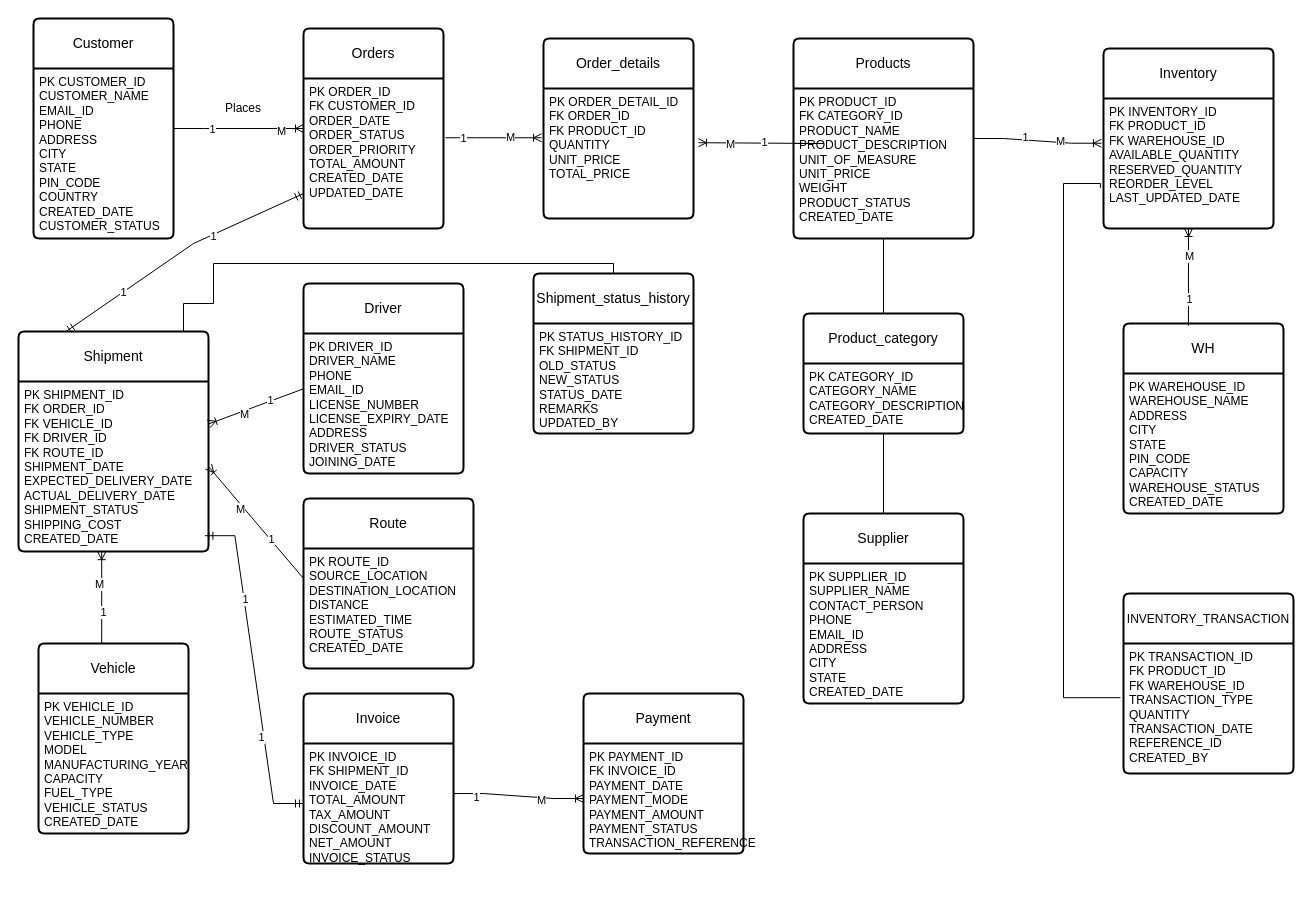
Earlier version of the draw.io diagram doc/ER_Diagram.drawio (SubriniKB/Oracle-SQL-and-PL-SQL-based-Logistics-and-Supply-Chain-Management-System). Source tidied: cells renumbered, new cells numbered last; positions are measured from the earlier drawing's top-left corner, leaving out a move shared by most shapes. Both pictures are drawn from the tidied source at 100%, with x=0, y=0 at pixel (18, 18).
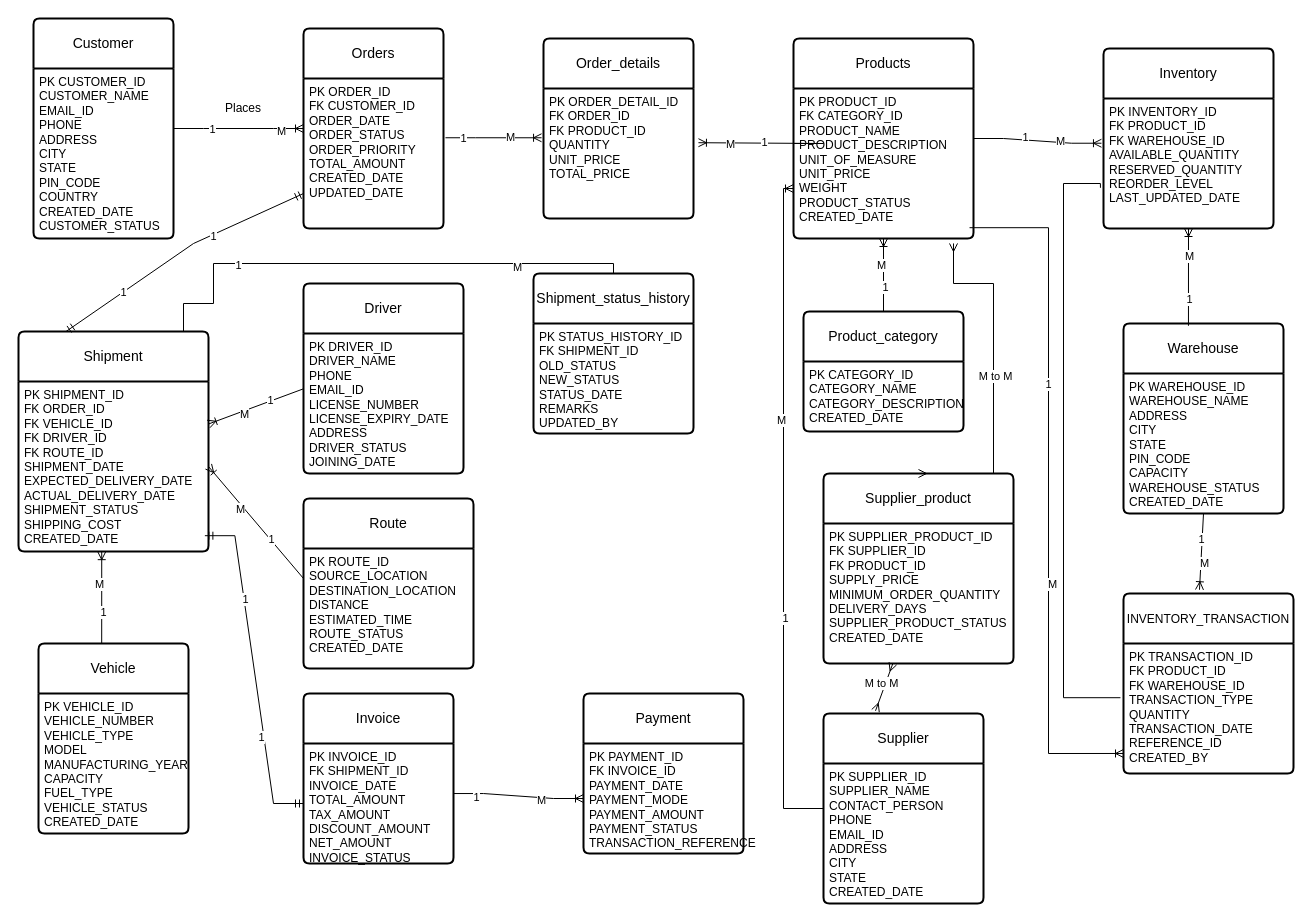
The same diagram, later.

The change refers to these unchanged cells:
```xml
<mxCell id="12" value="Products" style="swimlane;horizontal=1;startSize=50;rounded=1;fontSize=14;fontStyle=0;strokeWidth=2;shadow=0;dashed=0;align=center;arcSize=4;whiteSpace=wrap;html=1;" parent="1" vertex="1">
  <mxGeometry x="775" y="20" width="180" height="200" as="geometry" />
</mxCell>
<mxCell id="13" value="PK PRODUCT_ID&lt;br/&gt;FK CATEGORY_ID&lt;br/&gt;PRODUCT_NAME&lt;br/&gt;PRODUCT_DESCRIPTION&lt;br/&gt;UNIT_OF_MEASURE&lt;br/&gt;UNIT_PRICE&lt;br/&gt;WEIGHT&lt;br/&gt;PRODUCT_STATUS&lt;br/&gt;CREATED_DATE" style="align=left;strokeColor=none;fillColor=none;spacingLeft=4;spacingRight=4;fontSize=12;verticalAlign=top;html=1;whiteSpace=wrap;" parent="12" vertex="1">
  <mxGeometry y="50" width="180" height="150" as="geometry" />
</mxCell>
<mxCell id="15" value="PK CATEGORY_ID&lt;br/&gt;CATEGORY_NAME&lt;br/&gt;CATEGORY_DESCRIPTION&lt;br/&gt;CREATED_DATE" style="align=left;strokeColor=none;fillColor=none;spacingLeft=4;spacingRight=4;fontSize=12;verticalAlign=top;html=1;whiteSpace=wrap;" parent="14" vertex="1">
  <mxGeometry y="50" width="160" height="70" as="geometry" />
</mxCell>
<mxCell id="17" value="PK WAREHOUSE_ID&lt;br/&gt;WAREHOUSE_NAME&lt;br/&gt;ADDRESS&lt;br/&gt;CITY&lt;br/&gt;STATE&lt;br/&gt;PIN_CODE&lt;br/&gt;CAPACITY&lt;br/&gt;WAREHOUSE_STATUS&lt;br/&gt;CREATED_DATE" style="align=left;strokeColor=none;fillColor=none;spacingLeft=4;spacingRight=4;fontSize=12;verticalAlign=top;html=1;whiteSpace=wrap;" parent="16" vertex="1">
  <mxGeometry y="50" width="160" height="140" as="geometry" />
</mxCell>
<mxCell id="32" value="&lt;span style=&quot;font-size: 12px; text-align: left;&quot;&gt;INVENTORY_TRANSACTION&lt;/span&gt;" style="swimlane;horizontal=1;startSize=50;rounded=1;fontSize=14;fontStyle=0;strokeWidth=2;shadow=0;dashed=0;align=center;arcSize=4;whiteSpace=wrap;html=1;" parent="1" vertex="1">
  <mxGeometry x="1105" y="575" width="170" height="180" as="geometry" />
</mxCell>
<mxCell id="33" value="&lt;div&gt;&lt;span style=&quot;background-color: transparent; color: light-dark(rgb(0, 0, 0), rgb(255, 255, 255));&quot;&gt;PK TRANSACTION_ID&lt;/span&gt;&lt;/div&gt;&lt;div&gt;FK PRODUCT_ID&lt;/div&gt;&lt;div&gt;FK WAREHOUSE_ID&lt;/div&gt;&lt;div&gt;TRANSACTION_TYPE&lt;/div&gt;&lt;div&gt;QUANTITY&lt;/div&gt;&lt;div&gt;TRANSACTION_DATE&lt;/div&gt;&lt;div&gt;REFERENCE_ID&lt;/div&gt;&lt;div&gt;CREATED_BY&lt;/div&gt;" style="align=left;strokeColor=none;fillColor=none;spacingLeft=4;spacingRight=4;fontSize=12;verticalAlign=top;html=1;whiteSpace=wrap;" parent="32" vertex="1">
  <mxGeometry y="50" width="170" height="130" as="geometry" />
</mxCell>
<mxCell id="68" style="endArrow=none;html=1;rounded=0;edgeStyle=orthogonalEdgeStyle;entryX=0.5;entryY=0;entryDx=0;entryDy=0;" parent="1" edge="1" source="34" target="36">
  <mxGeometry relative="1" as="geometry">
    <Array as="points">
      <mxPoint x="165" y="285" />
      <mxPoint x="195" y="285" />
      <mxPoint x="195" y="245" />
      <mxPoint x="595" y="245" />
    </Array>
  </mxGeometry>
</mxCell>
```

Diff of the diagram source:
```diff
@@
     <mxCell id="14" value="Product_category" style="swimlane;horizontal=1;startSize=50;rounded=1;fontSize=14;fontStyle=0;strokeWidth=2;shadow=0;dashed=0;align=center;arcSize=4;whiteSpace=wrap;html=1;" parent="1" vertex="1">
-      <mxGeometry x="785" y="295" width="160" height="120" as="geometry" />
+      <mxGeometry x="785" y="293" width="160" height="120" as="geometry" />
     </mxCell>
@@
-    <mxCell id="16" value="WH" style="swimlane;horizontal=1;startSize=50;rounded=1;fontSize=14;fontStyle=0;strokeWidth=2;shadow=0;dashed=0;align=center;arcSize=4;whiteSpace=wrap;html=1;" parent="1" vertex="1">
+    <mxCell id="16" value="Warehouse" style="swimlane;horizontal=1;startSize=50;rounded=1;fontSize=14;fontStyle=0;strokeWidth=2;shadow=0;dashed=0;align=center;arcSize=4;whiteSpace=wrap;html=1;" parent="1" vertex="1">
       <mxGeometry x="1105" y="305" width="160" height="190" as="geometry" />
     </mxCell>
@@
     <mxCell id="48" value="Supplier" style="swimlane;horizontal=1;startSize=50;rounded=1;fontSize=14;fontStyle=0;strokeWidth=2;shadow=0;dashed=0;align=center;arcSize=4;whiteSpace=wrap;html=1;" parent="1" vertex="1">
-      <mxGeometry x="785" y="495" width="160" height="190" as="geometry" />
+      <mxGeometry x="805" y="695" width="160" height="190" as="geometry" />
     </mxCell>
@@
+    <mxCell id="72" value="1" style="edgeLabel;html=1;align=center;verticalAlign=middle;" parent="68" vertex="1">
+      <mxGeometry x="-0.52" y="-1" relative="1" as="geometry" />
+    </mxCell>
+    <mxCell id="73" value="M" style="edgeLabel;html=1;align=center;verticalAlign=middle;" parent="68" vertex="1">
+      <mxGeometry x="0.58" y="-3" relative="1" as="geometry" />
+    </mxCell>
@@
-    <mxCell id="70" style="endArrow=none;html=1;rounded=0;entryX=0.5;entryY=1;entryDx=0;entryDy=0;" parent="1" edge="1" source="14" target="13">
-      <mxGeometry relative="1" as="geometry" />
-    </mxCell>
-    <mxCell id="71" style="endArrow=none;html=1;rounded=0;entryX=0.5;entryY=1;entryDx=0;entryDy=0;exitX=0.5;exitY=0;exitDx=0;exitDy=0;" parent="1" edge="1" source="48" target="15">
-      <mxGeometry relative="1" as="geometry" />
-    </mxCell>
+    <mxCell id="74" style="fontSize=12;html=1;endArrow=ERoneToMany;rounded=0;entryX=0.5;entryY=1;entryDx=0;entryDy=0;exitX=0.5;exitY=0;exitDx=0;exitDy=0;" parent="1" edge="1" source="14" target="12">
+      <mxGeometry relative="1" as="geometry" />
+    </mxCell>
+    <mxCell id="75" value="1" style="edgeLabel;html=1;align=center;verticalAlign=middle;" parent="74" vertex="1">
+      <mxGeometry x="-0.31" y="-1" relative="1" as="geometry" />
+    </mxCell>
+    <mxCell id="76" value="M" style="edgeLabel;html=1;align=center;verticalAlign=middle;" parent="74" vertex="1">
+      <mxGeometry x="0.28" y="3" relative="1" as="geometry" />
+    </mxCell>
+    <mxCell id="77" style="fontSize=12;html=1;endArrow=ERoneToMany;rounded=0;entryX=0;entryY=0.75;entryDx=0;entryDy=0;exitX=0;exitY=0.5;exitDx=0;exitDy=0;edgeStyle=orthogonalEdgeStyle;" parent="1" edge="1" source="48" target="12">
+      <mxGeometry relative="1" as="geometry" />
+    </mxCell>
+    <mxCell id="78" value="1" style="edgeLabel;html=1;align=center;verticalAlign=middle;" parent="77" vertex="1">
+      <mxGeometry x="-0.31" y="-1" relative="1" as="geometry" />
+    </mxCell>
+    <mxCell id="79" value="M" style="edgeLabel;html=1;align=center;verticalAlign=middle;" parent="77" vertex="1">
+      <mxGeometry x="0.28" y="3" relative="1" as="geometry" />
+    </mxCell>
+    <mxCell id="80" style="fontSize=12;html=1;endArrow=ERoneToMany;rounded=0;entryX=0;entryY=0.846;entryDx=0;entryDy=0;entryPerimeter=0;exitX=0.978;exitY=0.928;exitDx=0;exitDy=0;exitPerimeter=0;edgeStyle=orthogonalEdgeStyle;" parent="1" edge="1" source="13" target="33">
+      <mxGeometry relative="1" as="geometry" />
+    </mxCell>
+    <mxCell id="81" value="1" style="edgeLabel;html=1;align=center;verticalAlign=middle;" parent="80" vertex="1">
+      <mxGeometry x="-0.31" y="-1" relative="1" as="geometry" />
+    </mxCell>
+    <mxCell id="82" value="M" style="edgeLabel;html=1;align=center;verticalAlign=middle;" parent="80" vertex="1">
+      <mxGeometry x="0.28" y="3" relative="1" as="geometry" />
+    </mxCell>
+    <mxCell id="83" style="fontSize=12;html=1;endArrow=ERoneToMany;rounded=0;entryX=0.447;entryY=-0.021;entryDx=0;entryDy=0;entryPerimeter=0;exitX=0.5;exitY=1;exitDx=0;exitDy=0;" parent="1" edge="1" source="17" target="32">
+      <mxGeometry relative="1" as="geometry" />
+    </mxCell>
+    <mxCell id="84" value="1" style="edgeLabel;html=1;align=center;verticalAlign=middle;" parent="83" vertex="1">
+      <mxGeometry x="-0.31" y="-1" relative="1" as="geometry" />
+    </mxCell>
+    <mxCell id="85" value="M" style="edgeLabel;html=1;align=center;verticalAlign=middle;" parent="83" vertex="1">
+      <mxGeometry x="0.28" y="3" relative="1" as="geometry" />
+    </mxCell>
+    <mxCell id="86" value="Supplier_product" style="swimlane;horizontal=1;startSize=50;rounded=1;fontSize=14;fontStyle=0;strokeWidth=2;shadow=0;dashed=0;align=center;arcSize=4;whiteSpace=wrap;html=1;" parent="1" vertex="1">
+      <mxGeometry x="805" y="455" width="190" height="190" as="geometry" />
+    </mxCell>
+    <mxCell id="87" value="PK SUPPLIER_PRODUCT_ID&lt;br/&gt;FK SUPPLIER_ID&lt;br/&gt;FK PRODUCT_ID&lt;br/&gt;SUPPLY_PRICE&lt;br/&gt;MINIMUM_ORDER_QUANTITY&lt;br/&gt;DELIVERY_DAYS&lt;br/&gt;SUPPLIER_PRODUCT_STATUS&lt;br/&gt;CREATED_DATE" style="align=left;strokeColor=none;fillColor=none;spacingLeft=4;spacingRight=4;fontSize=12;verticalAlign=top;html=1;whiteSpace=wrap;" parent="86" vertex="1">
+      <mxGeometry y="50" width="190" height="140" as="geometry" />
+    </mxCell>
+    <mxCell id="88" style="fontSize=12;html=1;endArrow=ERmany;startArrow=ERmany;rounded=0;exitX=0.325;exitY=-0.014;exitDx=0;exitDy=0;exitPerimeter=0;" parent="1" edge="1" source="48" target="87">
+      <mxGeometry relative="1" as="geometry" />
+    </mxCell>
+    <mxCell id="89" value="M to M" style="edgeLabel;html=1;align=center;verticalAlign=middle;" parent="88" vertex="1">
+      <mxGeometry x="0.1" y="4" relative="1" as="geometry" />
+    </mxCell>
+    <mxCell id="90" style="fontSize=12;html=1;endArrow=ERmany;startArrow=ERmany;rounded=0;entryX=0.5;entryY=0;entryDx=0;entryDy=0;exitX=0.889;exitY=1.033;exitDx=0;exitDy=0;exitPerimeter=0;edgeStyle=orthogonalEdgeStyle;" parent="1" edge="1" source="13" target="86">
+      <mxGeometry relative="1" as="geometry">
+        <Array as="points">
+          <mxPoint x="935" y="265" />
+          <mxPoint x="975" y="265" />
+          <mxPoint x="975" y="455" />
+        </Array>
+      </mxGeometry>
+    </mxCell>
+    <mxCell id="91" value="M to M" style="edgeLabel;html=1;align=center;verticalAlign=middle;" parent="90" vertex="1">
+      <mxGeometry y="1" relative="1" as="geometry" />
+    </mxCell>
```
